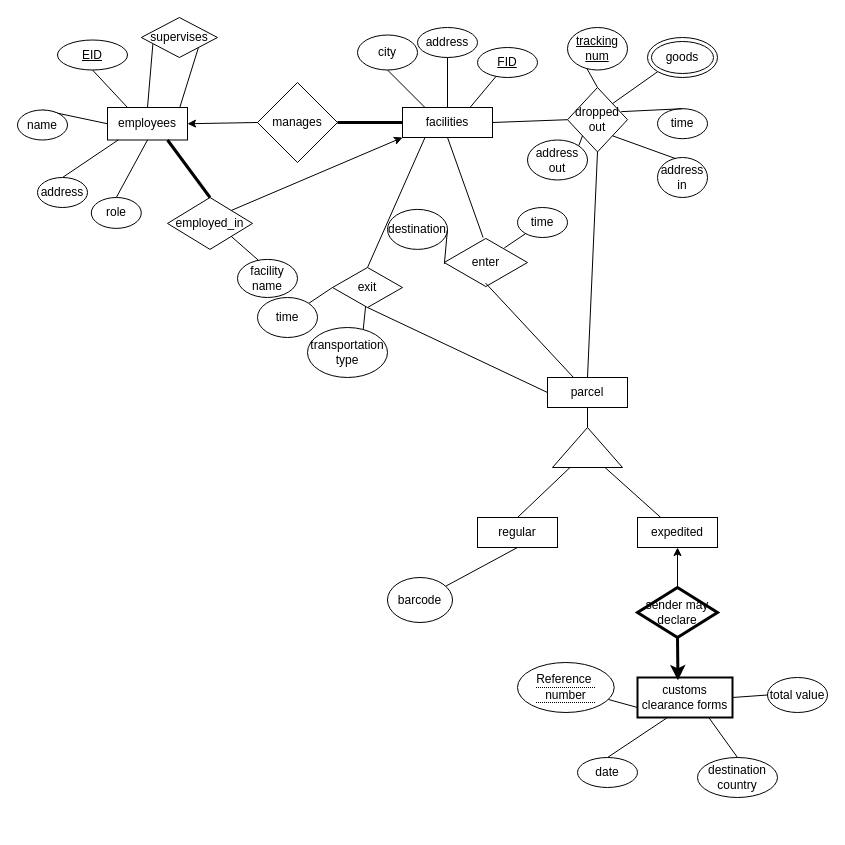
This is Untitled Diagram.drawio from Ahmed-S7/Assignment_1, a draw.io file, before an edit. Source tidied: cells renumbered, new cells numbered last; positions are measured from the earlier drawing's top-left corner, leaving out a move shared by most shapes. Both pictures are drawn from the tidied source at 100%, with x=0, y=0 at pixel (17, 17).
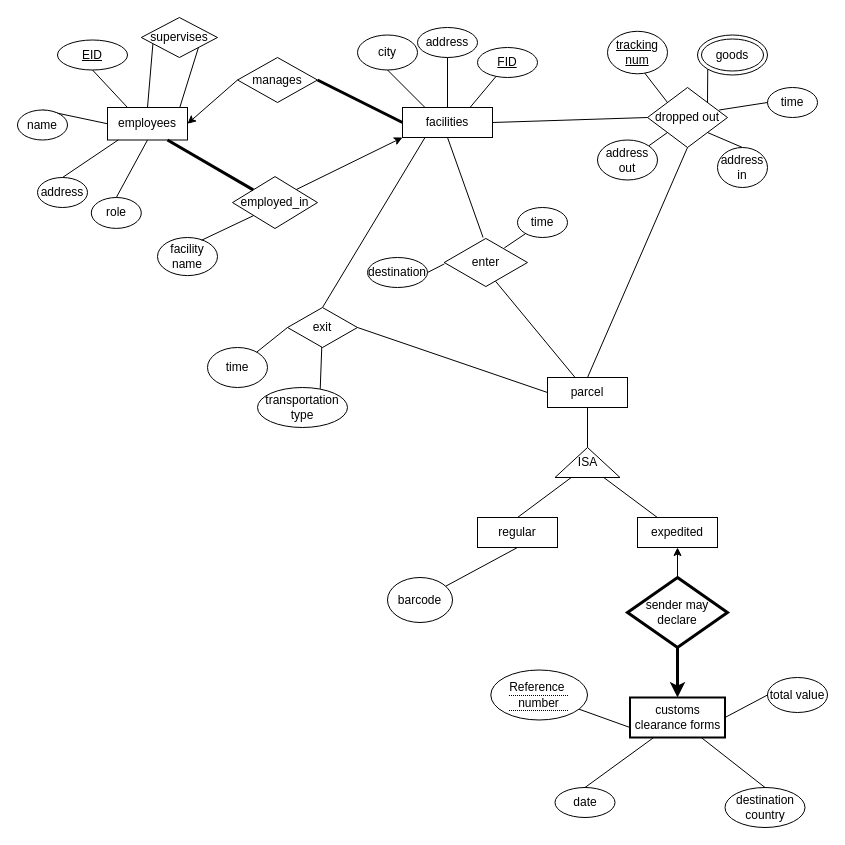
Above is the later version.

Commit message:
Assignment Diagram Good Copy

Unchanged cells that the change refers to:
```xml
<mxCell id="13" value="employees" style="rounded=0;whiteSpace=wrap;html=1;" parent="1" vertex="1">
  <mxGeometry x="90" y="90" width="80" height="32.5" as="geometry" />
</mxCell>
<mxCell id="16" value="parcel" style="rounded=0;whiteSpace=wrap;html=1;" parent="1" vertex="1">
  <mxGeometry x="530" y="360" width="80" height="30" as="geometry" />
</mxCell>
<mxCell id="34" value="enter" style="html=1;whiteSpace=wrap;shape=isoRectangle;" parent="1" vertex="1">
  <mxGeometry x="426.7" y="220" width="83.3" height="50" as="geometry" />
</mxCell>
```

The edit, as a diff of the source:
```diff
@@
     <mxCell id="11" value="manages" style="rhombus;whiteSpace=wrap;html=1;" parent="1" vertex="1">
-      <mxGeometry x="240" y="65" width="80" height="80" as="geometry" />
+      <mxGeometry x="220" y="40" width="80" height="45" as="geometry" />
     </mxCell>
@@
-    <mxCell id="17" style="triangle;whiteSpace=wrap;html=1;direction=north;" parent="1" vertex="1">
-      <mxGeometry x="535" y="410" width="70" height="40" as="geometry" />
+    <mxCell id="17" value="ISA" style="triangle;whiteSpace=wrap;html=1;direction=north;" parent="1" vertex="1">
+      <mxGeometry x="537.5" y="430" width="65" height="30" as="geometry" />
     </mxCell>
@@
     <mxCell id="20" value="dropped out" style="rhombus;whiteSpace=wrap;html=1;" parent="1" vertex="1">
-      <mxGeometry x="550" y="70" width="60" height="64.4" as="geometry" />
+      <mxGeometry x="630" y="70" width="80" height="60" as="geometry" />
     </mxCell>
@@
-    <mxCell id="23" style="endArrow=none;html=1;rounded=0;exitX=0.5;exitY=0;exitDx=0;exitDy=0;entryX=0.323;entryY=0.964;entryDx=0;entryDy=0;entryPerimeter=0;" parent="1" edge="1" source="20" target="24">
+    <mxCell id="23" style="endArrow=none;html=1;rounded=0;exitX=0;exitY=0;exitDx=0;exitDy=0;entryX=0.599;entryY=0.944;entryDx=0;entryDy=0;entryPerimeter=0;" parent="1" edge="1" source="20" target="24">
       <mxGeometry relative="1" as="geometry" />
     </mxCell>
     <mxCell id="24" value="&lt;u&gt;tracking num&lt;/u&gt;" style="ellipse;whiteSpace=wrap;html=1;" parent="1" vertex="1">
-      <mxGeometry x="550" y="10" width="60" height="42.5" as="geometry" />
+      <mxGeometry x="590" y="13.8" width="60" height="42.5" as="geometry" />
     </mxCell>
     <mxCell id="25" value="time" style="ellipse;whiteSpace=wrap;html=1;" parent="1" vertex="1">
-      <mxGeometry x="640" y="91.2" width="50" height="30" as="geometry" />
+      <mxGeometry x="750" y="70" width="50" height="30" as="geometry" />
     </mxCell>
-    <mxCell id="26" style="endArrow=none;html=1;rounded=0;entryX=0.896;entryY=0.375;entryDx=0;entryDy=0;exitX=0.5;exitY=0;exitDx=0;exitDy=0;entryPerimeter=0;" parent="1" edge="1" source="25" target="20">
+    <mxCell id="26" style="endArrow=none;html=1;rounded=0;entryX=0.896;entryY=0.375;entryDx=0;entryDy=0;exitX=0;exitY=0.5;exitDx=0;exitDy=0;entryPerimeter=0;" parent="1" edge="1" source="25" target="20">
       <mxGeometry relative="1" as="geometry" />
     </mxCell>
@@
     <mxCell id="28" value="address out" style="ellipse;whiteSpace=wrap;html=1;" parent="1" vertex="1">
-      <mxGeometry x="510" y="122.5" width="60" height="40" as="geometry" />
+      <mxGeometry x="580" y="122.5" width="60" height="40" as="geometry" />
     </mxCell>
-    <mxCell id="29" style="endArrow=none;html=1;rounded=0;exitX=0.967;exitY=0.3;exitDx=0;exitDy=0;exitPerimeter=0;entryX=1;entryY=1;entryDx=0;entryDy=0;" parent="1" edge="1" source="30" target="20">
+    <mxCell id="29" style="endArrow=none;html=1;rounded=0;exitX=0.5;exitY=0;exitDx=0;exitDy=0;entryX=1;entryY=1;entryDx=0;entryDy=0;" parent="1" edge="1" source="30" target="20">
       <mxGeometry relative="1" as="geometry" />
     </mxCell>
     <mxCell id="30" value="address in" style="ellipse;whiteSpace=wrap;html=1;" parent="1" vertex="1">
-      <mxGeometry x="640" y="140" width="50" height="40" as="geometry" />
+      <mxGeometry x="700" y="130" width="50" height="40" as="geometry" />
     </mxCell>
@@
     <mxCell id="33" value="goods" style="ellipse;shape=doubleEllipse;whiteSpace=wrap;html=1;" parent="1" vertex="1">
-      <mxGeometry x="630" y="20" width="70" height="40" as="geometry" />
+      <mxGeometry x="680" y="17.5" width="70" height="40" as="geometry" />
     </mxCell>
@@
-    <mxCell id="36" style="endArrow=none;html=1;rounded=0;exitX=0.497;exitY=0.912;exitDx=0;exitDy=0;exitPerimeter=0;" parent="1" edge="1" source="34" target="16">
+    <mxCell id="36" style="endArrow=none;html=1;rounded=0;exitX=0.617;exitY=0.876;exitDx=0;exitDy=0;exitPerimeter=0;" parent="1" edge="1" source="34" target="16">
       <mxGeometry relative="1" as="geometry" />
     </mxCell>
     <mxCell id="37" value="exit" style="rhombus;whiteSpace=wrap;html=1;" parent="1" vertex="1">
-      <mxGeometry x="315" y="250" width="70" height="40" as="geometry" />
+      <mxGeometry x="270" y="290" width="70" height="40" as="geometry" />
     </mxCell>
-    <mxCell id="38" style="endArrow=none;html=1;rounded=0;exitX=0.5;exitY=1;exitDx=0;exitDy=0;entryX=0;entryY=0.5;entryDx=0;entryDy=0;" parent="1" edge="1" source="37" target="16">
+    <mxCell id="38" style="endArrow=none;html=1;rounded=0;exitX=1;exitY=0.5;exitDx=0;exitDy=0;entryX=0;entryY=0.5;entryDx=0;entryDy=0;" parent="1" edge="1" source="37" target="16">
       <mxGeometry relative="1" as="geometry" />
     </mxCell>
@@
     <mxCell id="41" value="destination" style="ellipse;whiteSpace=wrap;html=1;" parent="1" vertex="1">
-      <mxGeometry x="370" y="191.9" width="60" height="40" as="geometry" />
+      <mxGeometry x="350" y="240" width="60" height="30" as="geometry" />
     </mxCell>
@@
     <mxCell id="44" value="time" style="ellipse;whiteSpace=wrap;html=1;" parent="1" vertex="1">
-      <mxGeometry x="240" y="280" width="60" height="40" as="geometry" />
+      <mxGeometry x="190" y="330" width="60" height="40" as="geometry" />
     </mxCell>
     <mxCell id="45" value="transportation type" style="ellipse;whiteSpace=wrap;html=1;" parent="1" vertex="1">
-      <mxGeometry x="290" y="310" width="80" height="50" as="geometry" />
+      <mxGeometry x="240" y="370" width="90" height="40" as="geometry" />
     </mxCell>
@@
     <mxCell id="50" value="sender may declare" style="rhombus;whiteSpace=wrap;html=1;strokeWidth=3;" parent="1" vertex="1">
-      <mxGeometry x="620" y="570" width="80" height="50" as="geometry" />
+      <mxGeometry x="610" y="560" width="100" height="70" as="geometry" />
     </mxCell>
     <mxCell id="51" value="customs clearance forms" style="rounded=0;whiteSpace=wrap;html=1;strokeWidth=2;" parent="1" vertex="1">
-      <mxGeometry x="620" y="660" width="95" height="40" as="geometry" />
+      <mxGeometry x="612.5" y="680" width="95" height="40" as="geometry" />
     </mxCell>
-    <mxCell id="52" style="endArrow=none;html=1;rounded=0;entryX=0.5;entryY=1;entryDx=0;entryDy=0;strokeWidth=3;endFill=0;startArrow=classic;startFill=1;exitX=0.426;exitY=0.07;exitDx=0;exitDy=0;exitPerimeter=0;" parent="1" edge="1" source="51" target="50">
+    <mxCell id="52" style="endArrow=none;html=1;rounded=0;entryX=0.5;entryY=1;entryDx=0;entryDy=0;strokeWidth=3;endFill=0;startArrow=classic;startFill=1;exitX=0.5;exitY=0;exitDx=0;exitDy=0;" parent="1" edge="1" source="51" target="50">
       <mxGeometry relative="1" as="geometry" />
     </mxCell>
@@
     <mxCell id="54" value="&lt;div style=&quot;border-bottom: 1px dotted black&quot;&gt;Reference&amp;nbsp;&lt;/div&gt;&lt;div style=&quot;border-bottom: 1px dotted black&quot;&gt;number&lt;/div&gt;" style="ellipse;whiteSpace=wrap;html=1;strokeColor=default;" parent="1" vertex="1">
-      <mxGeometry x="500" y="645" width="96.7" height="50" as="geometry" />
+      <mxGeometry x="473.3" y="652.5" width="96.7" height="50" as="geometry" />
     </mxCell>
@@
     <mxCell id="57" value="date" style="ellipse;whiteSpace=wrap;html=1;" parent="1" vertex="1">
-      <mxGeometry x="560" y="740" width="60" height="30" as="geometry" />
+      <mxGeometry x="537.5" y="770" width="60" height="30" as="geometry" />
     </mxCell>
-    <mxCell id="58" style="endArrow=none;html=1;rounded=0;exitX=0.5;exitY=0;exitDx=0;exitDy=0;" parent="1" edge="1" source="57">
-      <mxGeometry relative="1" as="geometry">
-        <mxPoint x="650" y="700" as="targetPoint" />
-      </mxGeometry>
+    <mxCell id="58" style="endArrow=none;html=1;rounded=0;exitX=0.5;exitY=0;exitDx=0;exitDy=0;entryX=0.25;entryY=1;entryDx=0;entryDy=0;" parent="1" edge="1" source="57" target="51">
+      <mxGeometry relative="1" as="geometry" />
     </mxCell>
     <mxCell id="59" value="destination country" style="ellipse;whiteSpace=wrap;html=1;" parent="1" vertex="1">
-      <mxGeometry x="680" y="740" width="80" height="40" as="geometry" />
+      <mxGeometry x="707.5" y="770" width="80" height="40" as="geometry" />
     </mxCell>
@@
     <mxCell id="61" value="employed_in" style="rhombus;whiteSpace=wrap;html=1;strokeColor=default;align=center;verticalAlign=middle;fontFamily=Helvetica;fontSize=12;fontColor=default;fillColor=default;" parent="1" vertex="1">
-      <mxGeometry x="150" y="180" width="85" height="51.9" as="geometry" />
+      <mxGeometry x="215" y="159.1" width="85" height="51.9" as="geometry" />
     </mxCell>
-    <mxCell id="62" style="endArrow=none;html=1;rounded=0;exitX=0.75;exitY=1;exitDx=0;exitDy=0;entryX=0.5;entryY=0;entryDx=0;entryDy=0;strokeWidth=3;" parent="1" edge="1" source="13" target="61">
+    <mxCell id="62" style="endArrow=none;html=1;rounded=0;exitX=0.75;exitY=1;exitDx=0;exitDy=0;strokeWidth=3;" parent="1" edge="1" source="13" target="61">
       <mxGeometry relative="1" as="geometry" />
     </mxCell>
@@
     <mxCell id="68" value="facility name" style="ellipse;whiteSpace=wrap;html=1;" parent="1" vertex="1">
-      <mxGeometry x="220" y="241.9" width="60" height="38.1" as="geometry" />
+      <mxGeometry x="140" y="220" width="60" height="38.1" as="geometry" />
     </mxCell>
-    <mxCell id="69" style="endArrow=none;html=1;rounded=0;exitX=1;exitY=1;exitDx=0;exitDy=0;entryX=0.347;entryY=0.02;entryDx=0;entryDy=0;entryPerimeter=0;" parent="1" edge="1" source="61" target="68">
+    <mxCell id="69" style="endArrow=none;html=1;rounded=0;exitX=0;exitY=1;exitDx=0;exitDy=0;entryX=0.735;entryY=0.071;entryDx=0;entryDy=0;entryPerimeter=0;" parent="1" edge="1" source="61" target="68">
       <mxGeometry relative="1" as="geometry" />
     </mxCell>
```
